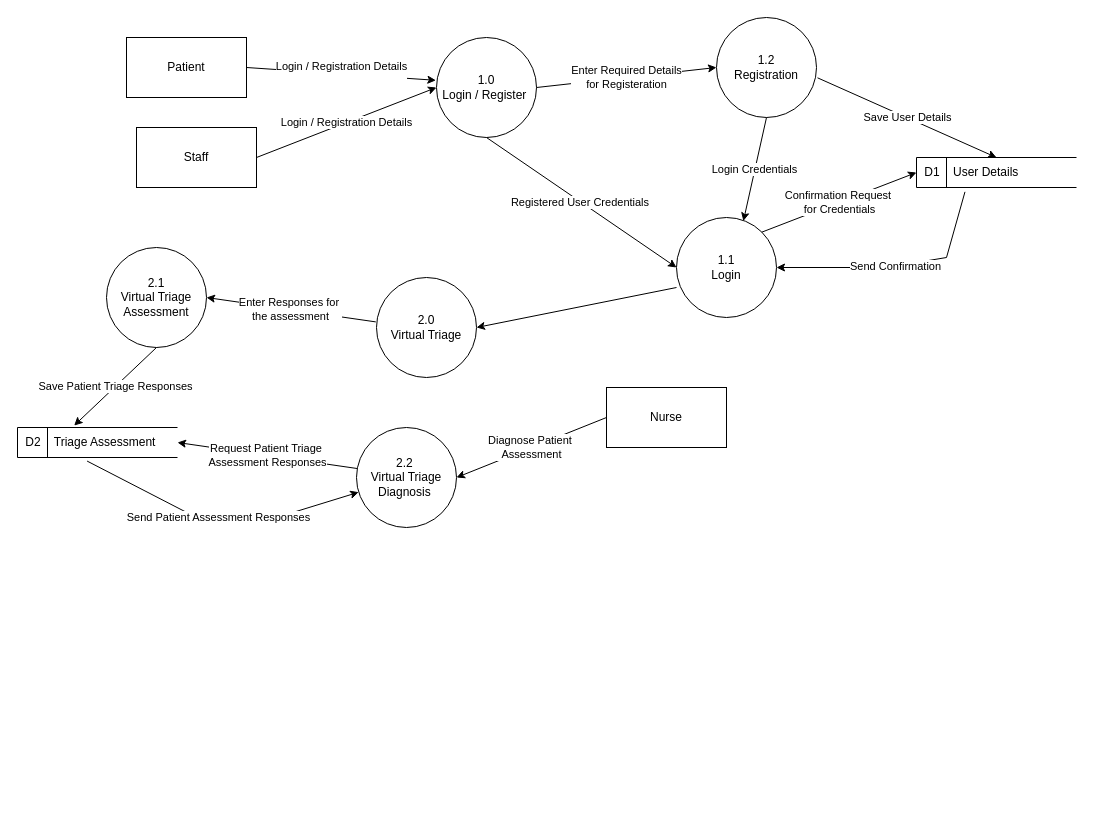
SENG-350-2024-fall/Team-6 keeps this draw.io diagram as Project Milestone 2/Level1DFD.drawio. Above is the earlier version. Source tidied: cells renumbered, new cells numbered last; positions are measured from the earlier drawing's top-left corner, leaving out a move shared by most shapes. Both pictures are drawn from the tidied source at 100%, with x=0, y=0 at pixel (17, 17).
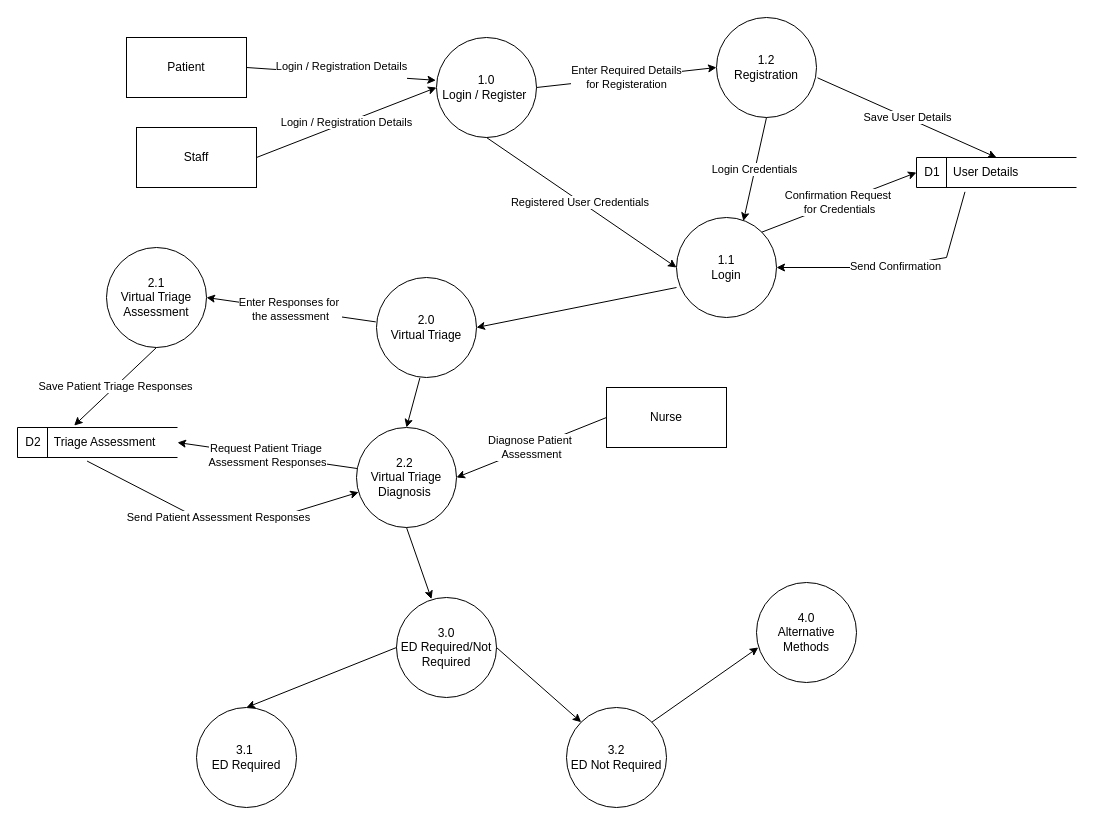
The same diagram, later.

Unchanged cells that the change refers to:
```xml
<mxCell id="16" value="2.0&lt;div&gt;Virtual Triage&lt;/div&gt;" style="ellipse;whiteSpace=wrap;html=1;" parent="1" vertex="1">
  <mxGeometry x="359" y="260" width="100" height="100" as="geometry" />
</mxCell>
<mxCell id="22" value="2.2&amp;nbsp;&lt;div&gt;Virtual Triage Diagnosis&amp;nbsp;&lt;/div&gt;" style="ellipse;whiteSpace=wrap;html=1;" parent="1" vertex="1">
  <mxGeometry x="339" y="410" width="100" height="100" as="geometry" />
</mxCell>
```

The edit, as a diff of the source:
```diff
@@
+    <mxCell id="27" style="endArrow=classic;html=1;rounded=0;entryX=0.35;entryY=0.016;entryDx=0;entryDy=0;entryPerimeter=0;exitX=0.5;exitY=1;exitDx=0;exitDy=0;" parent="1" edge="1" source="22" target="28">
+      <mxGeometry relative="1" as="geometry" />
+    </mxCell>
+    <mxCell id="28" value="3.0&lt;div&gt;ED Required/Not Required&lt;/div&gt;" style="ellipse;whiteSpace=wrap;html=1;" parent="1" vertex="1">
+      <mxGeometry x="379" y="580" width="100" height="100" as="geometry" />
+    </mxCell>
+    <mxCell id="29" value="3.1&amp;nbsp;&lt;div&gt;ED Required&lt;/div&gt;" style="ellipse;whiteSpace=wrap;html=1;" parent="1" vertex="1">
+      <mxGeometry x="179" y="690" width="100" height="100" as="geometry" />
+    </mxCell>
+    <mxCell id="30" value="3.2&lt;div&gt;ED Not Required&lt;/div&gt;" style="ellipse;whiteSpace=wrap;html=1;" parent="1" vertex="1">
+      <mxGeometry x="549" y="690" width="100" height="100" as="geometry" />
+    </mxCell>
+    <mxCell id="31" style="endArrow=classic;html=1;rounded=0;entryX=0.5;entryY=0;entryDx=0;entryDy=0;exitX=0;exitY=0.5;exitDx=0;exitDy=0;" parent="1" edge="1" source="28" target="29">
+      <mxGeometry relative="1" as="geometry" />
+    </mxCell>
+    <mxCell id="32" style="endArrow=classic;html=1;rounded=0;entryX=0;entryY=0;entryDx=0;entryDy=0;exitX=1;exitY=0.5;exitDx=0;exitDy=0;" parent="1" edge="1" source="28" target="30">
+      <mxGeometry relative="1" as="geometry" />
+    </mxCell>
+    <mxCell id="33" style="endArrow=classic;html=1;rounded=0;entryX=0.5;entryY=0;entryDx=0;entryDy=0;exitX=0.434;exitY=1.004;exitDx=0;exitDy=0;exitPerimeter=0;" parent="1" edge="1" source="16" target="22">
+      <mxGeometry relative="1" as="geometry" />
+    </mxCell>
+    <mxCell id="34" value="4.0&lt;div&gt;Alternative Methods&lt;/div&gt;" style="ellipse;whiteSpace=wrap;html=1;" parent="1" vertex="1">
+      <mxGeometry x="739" y="565" width="100" height="100" as="geometry" />
+    </mxCell>
+    <mxCell id="35" style="endArrow=classic;html=1;rounded=0;entryX=0.018;entryY=0.65;entryDx=0;entryDy=0;entryPerimeter=0;exitX=1;exitY=0;exitDx=0;exitDy=0;" parent="1" edge="1" source="30" target="34">
+      <mxGeometry relative="1" as="geometry" />
+    </mxCell>
```
